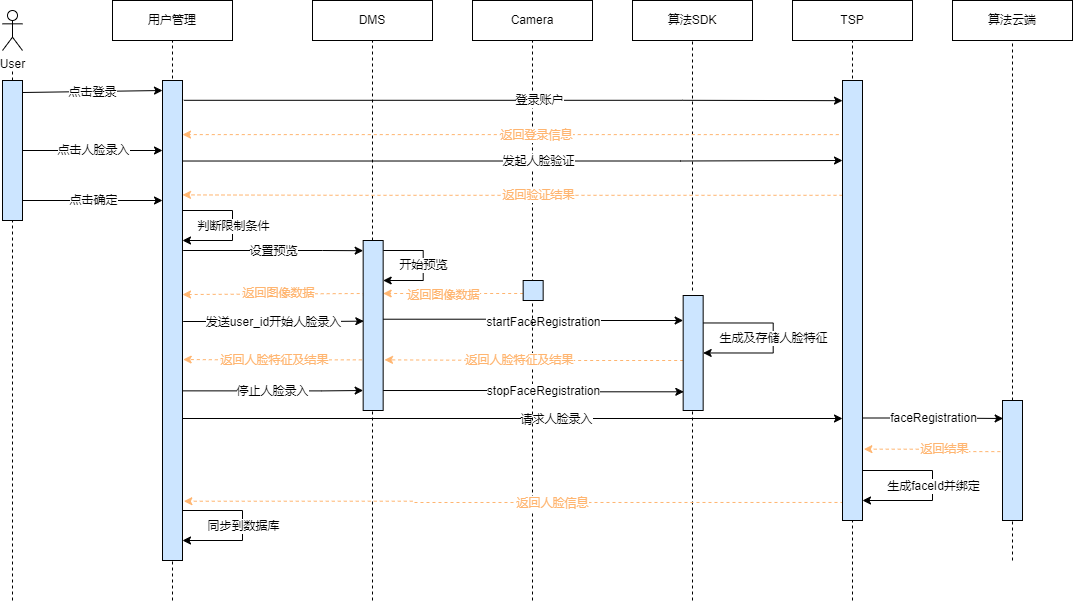
Above: x9hp/人脸录入时序图.png in notigit/Image (draw.io), before the change. Source tidied: cells renumbered, new cells last; positions are measured from the earlier drawing's top-left corner, leaving out a move shared by most shapes.
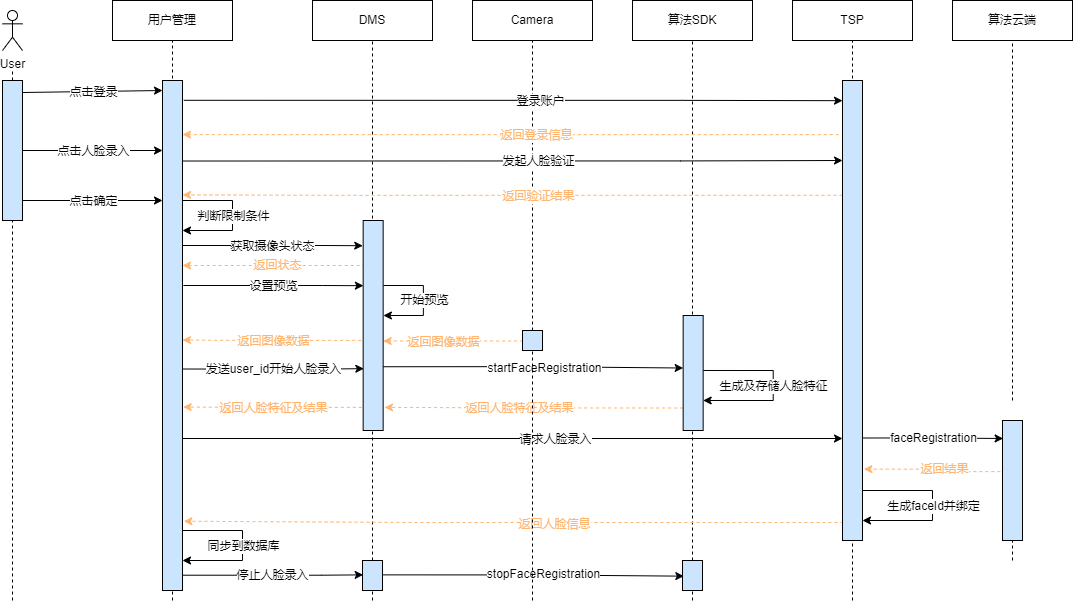
Later version of the same file.

Commit message:
更新人脸录入时序图.png

What changed in the source:
```diff
@@ -24,11 +24,11 @@
     </mxCell>
     <mxCell id="7" style="edgeStyle=orthogonalEdgeStyle;rounded=0;orthogonalLoop=1;jettySize=auto;html=1;entryX=0.033;entryY=0.629;entryDx=0;entryDy=0;entryPerimeter=0;fontColor=#FFB570;strokeColor=#000000;" parent="1" edge="1">
       <mxGeometry relative="1" as="geometry">
-        <mxPoint x="180.7" y="321" as="sourcePoint" />
-        <mxPoint x="361.3" y="320.6" as="targetPoint" />
+        <mxPoint x="180.7" y="368.5" as="sourcePoint" />
+        <mxPoint x="361.3" y="368.2" as="targetPoint" />
         <Array as="points">
-          <mxPoint x="320" y="321" />
-          <mxPoint x="320" y="321" />
+          <mxPoint x="320" y="368.5" />
+          <mxPoint x="320" y="368.5" />
         </Array>
       </mxGeometry>
     </mxCell>
@@ -39,8 +39,8 @@
     </mxCell>
     <mxCell id="9" style="edgeStyle=orthogonalEdgeStyle;rounded=0;orthogonalLoop=1;jettySize=auto;html=1;fontColor=#000000;strokeColor=#000000;exitX=1;exitY=0.7;exitDx=0;exitDy=0;exitPerimeter=0;" parent="1" edge="1">
       <mxGeometry relative="1" as="geometry">
-        <mxPoint x="180" y="418" as="sourcePoint" />
-        <mxPoint x="840" y="418" as="targetPoint" />
+        <mxPoint x="180" y="438" as="sourcePoint" />
+        <mxPoint x="840" y="438" as="targetPoint" />
       </mxGeometry>
     </mxCell>
     <mxCell id="10" value="请求人脸录入" style="edgeLabel;html=1;align=center;verticalAlign=middle;fontColor=#000000;" parent="9" vertex="1">
@@ -55,7 +55,7 @@
     </mxCell>
     <mxCell id="12" style="edgeStyle=orthogonalEdgeStyle;rounded=0;jettySize=auto;html=1;entryX=0.033;entryY=0.15;entryDx=0;entryDy=0;fontColor=#000000;strokeColor=#000000;entryPerimeter=0;exitX=1;exitY=0.75;exitDx=0;exitDy=0;" parent="1" edge="1" target="37">
       <mxGeometry relative="1" as="geometry">
-        <mxPoint x="860" y="417.5" as="sourcePoint" />
+        <mxPoint x="860" y="437.5" as="sourcePoint" />
       </mxGeometry>
     </mxCell>
     <mxCell id="13" value="faceRegistration" style="edgeLabel;html=1;align=center;verticalAlign=middle;fontColor=#000000;" parent="12" vertex="1">
@@ -66,32 +66,16 @@
     <mxCell id="14" value="DMS" style="rounded=0;whiteSpace=wrap;html=1;" parent="1" vertex="1">
       <mxGeometry x="310" width="120" height="40" as="geometry" />
     </mxCell>
-    <mxCell id="15" style="endArrow=none;dashed=1;html=1;rounded=0;startArrow=none;entryX=0.5;entryY=1;entryDx=0;entryDy=0;" parent="1" edge="1" target="14">
-      <mxGeometry relative="1" as="geometry">
-        <mxPoint x="370" y="600" as="sourcePoint" />
-      </mxGeometry>
+    <mxCell id="15" style="endArrow=none;dashed=1;html=1;rounded=0;startArrow=none;entryX=0.5;entryY=1;entryDx=0;entryDy=0;" parent="1" edge="1" source="89" target="14">
+      <mxGeometry relative="1" as="geometry" />
     </mxCell>
-    <mxCell id="16" style="edgeStyle=orthogonalEdgeStyle;rounded=0;orthogonalLoop=1;jettySize=auto;html=1;exitX=0.01;exitY=0.408;exitDx=0;exitDy=0;dashed=1;fontColor=#FFB570;strokeColor=#FFB570;exitPerimeter=0;entryX=0.967;entryY=0.441;entryDx=0;entryDy=0;entryPerimeter=0;" parent="1" edge="1">
-      <mxGeometry relative="1" as="geometry">
-        <mxPoint x="360.9" y="295.3" as="sourcePoint" />
-        <mxPoint x="180" y="294" as="targetPoint" />
-        <Array as="points">
-          <mxPoint x="360.7" y="293" />
-        </Array>
-      </mxGeometry>
-    </mxCell>
-    <mxCell id="17" value="返回图像数据" style="edgeLabel;html=1;align=center;verticalAlign=middle;fontColor=#FFB570;" parent="16" vertex="1">
-      <mxGeometry x="-0.06" y="-1" relative="1" as="geometry">
-        <mxPoint x="-2" as="offset" />
-      </mxGeometry>
-    </mxCell>
     <mxCell id="18" style="edgeStyle=orthogonalEdgeStyle;rounded=0;orthogonalLoop=1;jettySize=auto;html=1;exitX=0.967;exitY=0.617;exitDx=0;exitDy=0;fontColor=#FFB570;strokeColor=#000000;entryX=0;entryY=0.25;entryDx=0;entryDy=0;exitPerimeter=0;" parent="1" edge="1">
       <mxGeometry relative="1" as="geometry">
-        <mxPoint x="380" y="318.7" as="sourcePoint" />
-        <mxPoint x="680.7" y="320" as="targetPoint" />
+        <mxPoint x="380" y="366.2" as="sourcePoint" />
+        <mxPoint x="680.7" y="367.5" as="targetPoint" />
         <Array as="points">
-          <mxPoint x="530" y="319" />
-          <mxPoint x="530" y="320" />
+          <mxPoint x="530" y="366.5" />
+          <mxPoint x="530" y="367.5" />
         </Array>
       </mxGeometry>
     </mxCell>
@@ -106,34 +90,29 @@
     <mxCell id="21" value="Camera" style="rounded=0;whiteSpace=wrap;html=1;" parent="1" vertex="1">
       <mxGeometry x="470" width="120" height="40" as="geometry" />
     </mxCell>
-    <mxCell id="22" style="endArrow=none;dashed=1;html=1;rounded=0;startArrow=none;entryX=0.5;entryY=1;entryDx=0;entryDy=0;" parent="1" edge="1" target="21">
-      <mxGeometry relative="1" as="geometry">
-        <mxPoint x="530" y="600" as="sourcePoint" />
-      </mxGeometry>
+    <mxCell id="22" style="endArrow=none;dashed=1;html=1;rounded=0;startArrow=none;entryX=0.5;entryY=1;entryDx=0;entryDy=0;" parent="1" edge="1" source="25" target="21">
+      <mxGeometry relative="1" as="geometry" />
     </mxCell>
     <mxCell id="23" style="edgeStyle=orthogonalEdgeStyle;rounded=0;orthogonalLoop=1;jettySize=auto;html=1;dashed=1;strokeColor=#FFB570;" parent="1" edge="1">
       <mxGeometry relative="1" as="geometry">
-        <mxPoint x="520.7" y="293" as="sourcePoint" />
-        <mxPoint x="380.7" y="293" as="targetPoint" />
+        <mxPoint x="520.7" y="340.5" as="sourcePoint" />
+        <mxPoint x="380.7" y="340.5" as="targetPoint" />
         <Array as="points">
-          <mxPoint x="440.7" y="293" />
-          <mxPoint x="440.7" y="293" />
+          <mxPoint x="440.7" y="340.5" />
+          <mxPoint x="440.7" y="340.5" />
         </Array>
       </mxGeometry>
     </mxCell>
     <mxCell id="24" value="返回图像数据" style="edgeLabel;html=1;align=center;verticalAlign=middle;fontColor=#FFB570;" parent="23" vertex="1">
       <mxGeometry x="0.14" y="1" relative="1" as="geometry" />
     </mxCell>
-    <mxCell id="25" style="rounded=0;whiteSpace=wrap;html=1;fillColor=#CCE5FF;" parent="1" vertex="1">
-      <mxGeometry x="520.7" y="280" width="20" height="20" as="geometry" />
-    </mxCell>
     <mxCell id="26" style="endArrow=classic;html=1;rounded=0;fontSize=11;edgeStyle=orthogonalEdgeStyle;" parent="1" edge="1">
       <mxGeometry relative="1" as="geometry">
-        <mxPoint x="380.7" y="250" as="sourcePoint" />
-        <mxPoint x="380.7" y="280" as="targetPoint" />
+        <mxPoint x="380.9" y="285" as="sourcePoint" />
+        <mxPoint x="380.9" y="315" as="targetPoint" />
         <Array as="points">
-          <mxPoint x="420.7" y="250" />
-          <mxPoint x="420.7" y="280" />
+          <mxPoint x="420.9" y="285" />
+          <mxPoint x="420.9" y="315" />
         </Array>
       </mxGeometry>
     </mxCell>
@@ -143,10 +122,8 @@
     <mxCell id="28" value="算法SDK" style="rounded=0;whiteSpace=wrap;html=1;" parent="1" vertex="1">
       <mxGeometry x="630" width="120" height="40" as="geometry" />
     </mxCell>
-    <mxCell id="29" style="endArrow=none;dashed=1;html=1;rounded=0;startArrow=none;entryX=0.5;entryY=1;entryDx=0;entryDy=0;" parent="1" edge="1" target="28">
-      <mxGeometry relative="1" as="geometry">
-        <mxPoint x="690" y="290" as="sourcePoint" />
-      </mxGeometry>
+    <mxCell id="29" style="endArrow=none;dashed=1;html=1;rounded=0;startArrow=none;entryX=0.5;entryY=1;entryDx=0;entryDy=0;" parent="1" edge="1" source="87" target="28">
+      <mxGeometry relative="1" as="geometry" />
     </mxCell>
     <mxCell id="30" value="算法云端" style="rounded=0;whiteSpace=wrap;html=1;" parent="1" vertex="1">
       <mxGeometry x="950" width="120" height="40" as="geometry" />
@@ -158,30 +135,24 @@
     </mxCell>
     <mxCell id="32" style="edgeStyle=orthogonalEdgeStyle;rounded=0;orthogonalLoop=1;jettySize=auto;html=1;exitX=0;exitY=0.75;exitDx=0;exitDy=0;entryX=1.067;entryY=0.871;entryDx=0;entryDy=0;entryPerimeter=0;fontColor=#000000;strokeColor=#FFB570;dashed=1;" parent="1" edge="1">
       <mxGeometry relative="1" as="geometry">
-        <mxPoint x="680.7" y="360" as="sourcePoint" />
-        <mxPoint x="382" y="359.4" as="targetPoint" />
+        <mxPoint x="680.7" y="407.5" as="sourcePoint" />
+        <mxPoint x="382" y="406.9" as="targetPoint" />
         <Array as="points">
-          <mxPoint x="531" y="360" />
-          <mxPoint x="531" y="359" />
+          <mxPoint x="531" y="407.5" />
+          <mxPoint x="531" y="406.5" />
         </Array>
       </mxGeometry>
     </mxCell>
     <mxCell id="33" value="返回人脸特征及结果" style="edgeLabel;html=1;align=center;verticalAlign=middle;fontColor=#FFB570;" parent="32" vertex="1">
       <mxGeometry x="0.1" relative="1" as="geometry" />
     </mxCell>
-    <mxCell id="34" style="endArrow=none;dashed=1;html=1;rounded=0;startArrow=none;entryX=0.5;entryY=1;entryDx=0;entryDy=0;" parent="1" edge="1">
-      <mxGeometry relative="1" as="geometry">
-        <mxPoint x="690" y="600" as="sourcePoint" />
-        <mxPoint x="690" y="400" as="targetPoint" />
-      </mxGeometry>
-    </mxCell>
     <mxCell id="35" style="edgeStyle=orthogonalEdgeStyle;rounded=0;orthogonalLoop=1;jettySize=auto;html=1;exitX=-0.067;exitY=0.871;exitDx=0;exitDy=0;fontColor=#000000;strokeColor=#FFB570;dashed=1;exitPerimeter=0;" parent="1" edge="1">
       <mxGeometry relative="1" as="geometry">
-        <mxPoint x="359.3" y="359.4" as="sourcePoint" />
-        <mxPoint x="180.7" y="359" as="targetPoint" />
+        <mxPoint x="359.3" y="406.9" as="sourcePoint" />
+        <mxPoint x="180.7" y="406.5" as="targetPoint" />
         <Array as="points">
-          <mxPoint x="230" y="359" />
-          <mxPoint x="230" y="359" />
+          <mxPoint x="230" y="406.5" />
+          <mxPoint x="230" y="406.5" />
         </Array>
       </mxGeometry>
     </mxCell>
@@ -191,7 +162,7 @@
       </mxGeometry>
     </mxCell>
     <mxCell id="37" style="rounded=0;whiteSpace=wrap;html=1;fillColor=#CCE5FF;" parent="1" vertex="1">
-      <mxGeometry x="1000" y="400" width="20" height="120" as="geometry" />
+      <mxGeometry x="1000" y="420" width="20" height="120" as="geometry" />
     </mxCell>
     <mxCell id="38" style="endArrow=none;dashed=1;html=1;rounded=0;startArrow=none;entryX=0.5;entryY=1;entryDx=0;entryDy=0;" parent="1" edge="1" target="37">
       <mxGeometry relative="1" as="geometry">
@@ -200,7 +171,7 @@
     </mxCell>
     <mxCell id="39" style="edgeStyle=orthogonalEdgeStyle;rounded=0;jettySize=auto;html=1;exitX=-0.108;exitY=0.426;exitDx=0;exitDy=0;fontColor=#000000;strokeColor=#FFB570;dashed=1;exitPerimeter=0;entryX=1.069;entryY=0.826;entryDx=0;entryDy=0;entryPerimeter=0;" parent="1" edge="1" source="37">
       <mxGeometry relative="1" as="geometry">
-        <mxPoint x="861.4" y="448.7" as="targetPoint" />
+        <mxPoint x="861.4" y="468.7" as="targetPoint" />
       </mxGeometry>
     </mxCell>
     <mxCell id="40" value="返回结果" style="edgeLabel;html=1;align=center;verticalAlign=middle;fontColor=#FFB570;" parent="39" vertex="1">
@@ -210,11 +181,11 @@
     </mxCell>
     <mxCell id="41" style="edgeStyle=orthogonalEdgeStyle;rounded=0;orthogonalLoop=1;jettySize=auto;html=1;fontSize=11;dashed=1;fillColor=#FFF2CC;strokeColor=#FFB570;entryX=1.067;entryY=0.888;entryDx=0;entryDy=0;exitX=0.049;exitY=0.956;exitDx=0;exitDy=0;exitPerimeter=0;entryPerimeter=0;" parent="1" edge="1">
       <mxGeometry relative="1" as="geometry">
-        <mxPoint x="841" y="502" as="sourcePoint" />
-        <mxPoint x="181.3" y="500.7" as="targetPoint" />
+        <mxPoint x="841" y="522" as="sourcePoint" />
+        <mxPoint x="181.3" y="520.7" as="targetPoint" />
         <Array as="points">
-          <mxPoint x="410" y="502" />
-          <mxPoint x="410" y="501" />
+          <mxPoint x="410" y="522" />
+          <mxPoint x="410" y="521" />
         </Array>
       </mxGeometry>
     </mxCell>
@@ -225,11 +196,11 @@
     </mxCell>
     <mxCell id="43" style="edgeStyle=orthogonalEdgeStyle;rounded=0;orthogonalLoop=1;jettySize=auto;html=1;fontColor=#FFB570;strokeColor=#000000;exitX=1;exitY=0.32;exitDx=0;exitDy=0;exitPerimeter=0;" parent="1" edge="1">
       <mxGeometry relative="1" as="geometry">
-        <mxPoint x="180.7" y="250" as="sourcePoint" />
-        <mxPoint x="360.7" y="250.2" as="targetPoint" />
+        <mxPoint x="180.9" y="285" as="sourcePoint" />
+        <mxPoint x="360.9" y="285.2" as="targetPoint" />
         <Array as="points">
-          <mxPoint x="320" y="250.2" />
-          <mxPoint x="320" y="250.2" />
+          <mxPoint x="320.2" y="285.2" />
+          <mxPoint x="320.2" y="285.2" />
         </Array>
       </mxGeometry>
     </mxCell>
@@ -305,11 +276,11 @@
     </mxCell>
     <mxCell id="54" style="endArrow=classic;html=1;rounded=0;fontSize=11;edgeStyle=orthogonalEdgeStyle;" parent="1" edge="1">
       <mxGeometry relative="1" as="geometry">
-        <mxPoint x="700.7" y="322.5" as="sourcePoint" />
-        <mxPoint x="700.7" y="352.5" as="targetPoint" />
+        <mxPoint x="700.7" y="370" as="sourcePoint" />
+        <mxPoint x="700.7" y="400" as="targetPoint" />
         <Array as="points">
-          <mxPoint x="770.7" y="323" />
-          <mxPoint x="770.7" y="353" />
+          <mxPoint x="770.7" y="370.5" />
+          <mxPoint x="770.7" y="400.5" />
         </Array>
       </mxGeometry>
     </mxCell>
@@ -318,11 +289,11 @@
     </mxCell>
     <mxCell id="56" style="endArrow=classic;html=1;rounded=0;fontSize=11;edgeStyle=orthogonalEdgeStyle;" parent="1" edge="1">
       <mxGeometry relative="1" as="geometry">
-        <mxPoint x="860" y="470" as="sourcePoint" />
-        <mxPoint x="860" y="500" as="targetPoint" />
+        <mxPoint x="860" y="490" as="sourcePoint" />
+        <mxPoint x="860" y="520" as="targetPoint" />
         <Array as="points">
-          <mxPoint x="930" y="470.5" />
-          <mxPoint x="930" y="500.5" />
+          <mxPoint x="930" y="490.5" />
+          <mxPoint x="930" y="520.5" />
         </Array>
       </mxGeometry>
     </mxCell>
@@ -331,11 +302,11 @@
     </mxCell>
     <mxCell id="58" style="endArrow=classic;html=1;rounded=0;fontSize=11;edgeStyle=orthogonalEdgeStyle;" parent="1" edge="1">
       <mxGeometry relative="1" as="geometry">
-        <mxPoint x="180" y="510" as="sourcePoint" />
-        <mxPoint x="180" y="540" as="targetPoint" />
+        <mxPoint x="180" y="530" as="sourcePoint" />
+        <mxPoint x="180" y="560" as="targetPoint" />
         <Array as="points">
-          <mxPoint x="240" y="510" />
-          <mxPoint x="240" y="540" />
+          <mxPoint x="240" y="530" />
+          <mxPoint x="240" y="560" />
         </Array>
       </mxGeometry>
     </mxCell>
@@ -395,30 +366,27 @@
     </mxCell>
     <mxCell id="70" style="endArrow=classic;html=1;rounded=0;fontSize=11;edgeStyle=orthogonalEdgeStyle;" parent="1" edge="1">
       <mxGeometry relative="1" as="geometry">
-        <mxPoint x="180" y="210" as="sourcePoint" />
-        <mxPoint x="180" y="240" as="targetPoint" />
+        <mxPoint x="180" y="200" as="sourcePoint" />
+        <mxPoint x="180" y="230" as="targetPoint" />
         <Array as="points">
-          <mxPoint x="230" y="210" />
-          <mxPoint x="230" y="240" />
+          <mxPoint x="230" y="200" />
+          <mxPoint x="230" y="230" />
         </Array>
       </mxGeometry>
     </mxCell>
     <mxCell id="71" value="判断限制条件" style="edgeLabel;html=1;align=center;verticalAlign=middle;fontSize=11;fillColor=#CCE5FF;" parent="70" vertex="1">
       <mxGeometry relative="1" as="geometry" />
     </mxCell>
-    <mxCell id="72" style="rounded=0;whiteSpace=wrap;html=1;fillColor=#CCE5FF;" parent="1" vertex="1">
-      <mxGeometry x="360.7" y="240" width="20" height="170" as="geometry" />
-    </mxCell>
     <mxCell id="73" style="rounded=0;whiteSpace=wrap;html=1;fillColor=#CCE5FF;" parent="1" vertex="1">
-      <mxGeometry x="680.7" y="295" width="20" height="115" as="geometry" />
+      <mxGeometry x="680.7" y="315" width="20" height="115" as="geometry" />
     </mxCell>
     <mxCell id="74" style="edgeStyle=orthogonalEdgeStyle;rounded=0;orthogonalLoop=1;jettySize=auto;html=1;entryX=0.033;entryY=0.629;entryDx=0;entryDy=0;entryPerimeter=0;fontColor=#FFB570;strokeColor=#000000;" parent="1" edge="1">
       <mxGeometry relative="1" as="geometry">
-        <mxPoint x="180" y="390.4" as="sourcePoint" />
-        <mxPoint x="360.7" y="390" as="targetPoint" />
+        <mxPoint x="180" y="574.7" as="sourcePoint" />
+        <mxPoint x="360.7" y="574.4" as="targetPoint" />
         <Array as="points">
-          <mxPoint x="319.3" y="390.4" />
-          <mxPoint x="319.3" y="390.4" />
+          <mxPoint x="319.3" y="574.7" />
+          <mxPoint x="319.3" y="574.7" />
         </Array>
       </mxGeometry>
     </mxCell>
@@ -429,10 +397,10 @@
     </mxCell>
     <mxCell id="76" style="edgeStyle=orthogonalEdgeStyle;rounded=0;orthogonalLoop=1;jettySize=auto;html=1;exitX=0.967;exitY=0.617;exitDx=0;exitDy=0;fontColor=#FFB570;strokeColor=#000000;entryX=0;entryY=0.25;entryDx=0;entryDy=0;exitPerimeter=0;" parent="1" edge="1">
       <mxGeometry relative="1" as="geometry">
-        <mxPoint x="380.7" y="390" as="sourcePoint" />
-        <mxPoint x="681.3" y="391.3" as="targetPoint" />
+        <mxPoint x="380.7" y="574.4" as="sourcePoint" />
+        <mxPoint x="681.3" y="575.6" as="targetPoint" />
         <Array as="points">
-          <mxPoint x="531" y="391" />
+          <mxPoint x="531" y="575.4" />
         </Array>
       </mxGeometry>
     </mxCell>
@@ -441,11 +409,82 @@
         <mxPoint x="-3" y="-4" as="offset" />
       </mxGeometry>
     </mxCell>
-    <mxCell id="78" style="rounded=0;whiteSpace=wrap;html=1;fillColor=#CCE5FF;" parent="1" vertex="1">
-      <mxGeometry x="160" y="80" width="20" height="480" as="geometry" />
-    </mxCell>
-    <mxCell id="79" style="rounded=0;whiteSpace=wrap;html=1;fillColor=#CCE5FF;" parent="1" vertex="1">
-      <mxGeometry x="840" y="80" width="20" height="440" as="geometry" />
-    </mxCell>
+    <mxCell id="80" style="edgeStyle=orthogonalEdgeStyle;rounded=0;orthogonalLoop=1;jettySize=auto;html=1;fontColor=#FFB570;strokeColor=#000000;exitX=1;exitY=0.32;exitDx=0;exitDy=0;exitPerimeter=0;" parent="1" edge="1">
+      <mxGeometry relative="1" as="geometry">
+        <mxPoint x="180.2" y="245" as="sourcePoint" />
+        <mxPoint x="360.2" y="245.2" as="targetPoint" />
+        <Array as="points">
+          <mxPoint x="319.6" y="245.2" />
+          <mxPoint x="319.6" y="245.2" />
+        </Array>
+      </mxGeometry>
+    </mxCell>
+    <mxCell id="81" value="获取摄像头状态" style="edgeLabel;html=1;align=center;verticalAlign=middle;fontColor=#000000;" parent="80" vertex="1">
+      <mxGeometry x="-0.09" relative="1" as="geometry">
+        <mxPoint x="8" as="offset" />
+      </mxGeometry>
+    </mxCell>
+    <mxCell id="82" style="edgeStyle=orthogonalEdgeStyle;rounded=0;orthogonalLoop=1;jettySize=auto;html=1;exitX=0.01;exitY=0.408;exitDx=0;exitDy=0;dashed=1;fontColor=#FFB570;strokeColor=#FFB570;exitPerimeter=0;entryX=0.967;entryY=0.441;entryDx=0;entryDy=0;entryPerimeter=0;" parent="1" edge="1">
+      <mxGeometry relative="1" as="geometry">
+        <mxPoint x="360.9" y="267.3" as="sourcePoint" />
+        <mxPoint x="180" y="266" as="targetPoint" />
+        <Array as="points">
+          <mxPoint x="360.7" y="265" />
+        </Array>
+      </mxGeometry>
+    </mxCell>
+    <mxCell id="83" value="返回状态" style="edgeLabel;html=1;align=center;verticalAlign=middle;fontColor=#FFB570;" parent="82" vertex="1">
+      <mxGeometry x="-0.06" y="-1" relative="1" as="geometry">
+        <mxPoint x="-2" as="offset" />
+      </mxGeometry>
+    </mxCell>
+    <mxCell id="84" style="rounded=0;whiteSpace=wrap;html=1;fillColor=#CCE5FF;" parent="1" vertex="1">
+      <mxGeometry x="360.7" y="220" width="20" height="210" as="geometry" />
+    </mxCell>
+    <mxCell id="85" style="rounded=0;whiteSpace=wrap;html=1;fillColor=#CCE5FF;" parent="1" vertex="1">
+      <mxGeometry x="160" y="80" width="20" height="510" as="geometry" />
+    </mxCell>
+    <mxCell id="86" style="rounded=0;whiteSpace=wrap;html=1;fillColor=#CCE5FF;" parent="1" vertex="1">
+      <mxGeometry x="840" y="80" width="20" height="460" as="geometry" />
+    </mxCell>
+    <mxCell id="87" style="rounded=0;whiteSpace=wrap;html=1;fillColor=#CCE5FF;" parent="1" vertex="1">
+      <mxGeometry x="680" y="560" width="20" height="30" as="geometry" />
+    </mxCell>
+    <mxCell id="88" style="endArrow=none;dashed=1;html=1;rounded=0;startArrow=none;entryX=0.5;entryY=1;entryDx=0;entryDy=0;" parent="1" edge="1" target="87">
+      <mxGeometry relative="1" as="geometry">
+        <mxPoint x="690" y="600" as="sourcePoint" />
+      </mxGeometry>
+    </mxCell>
+    <mxCell id="89" style="rounded=0;whiteSpace=wrap;html=1;fillColor=#CCE5FF;" parent="1" vertex="1">
+      <mxGeometry x="360" y="560" width="20" height="30" as="geometry" />
+    </mxCell>
+    <mxCell id="90" style="endArrow=none;dashed=1;html=1;rounded=0;startArrow=none;entryX=0.5;entryY=1;entryDx=0;entryDy=0;" parent="1" edge="1" target="89">
+      <mxGeometry relative="1" as="geometry">
+        <mxPoint x="370" y="600" as="sourcePoint" />
+      </mxGeometry>
+    </mxCell>
+    <mxCell id="25" style="rounded=0;whiteSpace=wrap;html=1;fillColor=#CCE5FF;" parent="1" vertex="1">
+      <mxGeometry x="520" y="330" width="20" height="20" as="geometry" />
+    </mxCell>
+    <mxCell id="91" style="endArrow=none;dashed=1;html=1;rounded=0;startArrow=none;entryX=0.5;entryY=1;entryDx=0;entryDy=0;" parent="1" edge="1" target="25">
+      <mxGeometry relative="1" as="geometry">
+        <mxPoint x="530" y="600" as="sourcePoint" />
+      </mxGeometry>
+    </mxCell>
+    <mxCell id="92" style="edgeStyle=orthogonalEdgeStyle;rounded=0;orthogonalLoop=1;jettySize=auto;html=1;exitX=-0.067;exitY=0.871;exitDx=0;exitDy=0;fontColor=#000000;strokeColor=#FFB570;dashed=1;exitPerimeter=0;" parent="1" edge="1">
+      <mxGeometry relative="1" as="geometry">
+        <mxPoint x="358.7" y="339.9" as="sourcePoint" />
+        <mxPoint x="180" y="339.5" as="targetPoint" />
+        <Array as="points">
+          <mxPoint x="229.3" y="339.5" />
+          <mxPoint x="229.3" y="339.5" />
+        </Array>
+      </mxGeometry>
+    </mxCell>
+    <mxCell id="17" value="返回图像数据" style="edgeLabel;html=1;align=center;verticalAlign=middle;fontColor=#FFB570;" parent="92" vertex="1">
+      <mxGeometry x="0.1" relative="1" as="geometry">
+        <mxPoint x="10" as="offset" />
+      </mxGeometry>
+    </mxCell>
   </root>
 </mxGraphModel>
```
